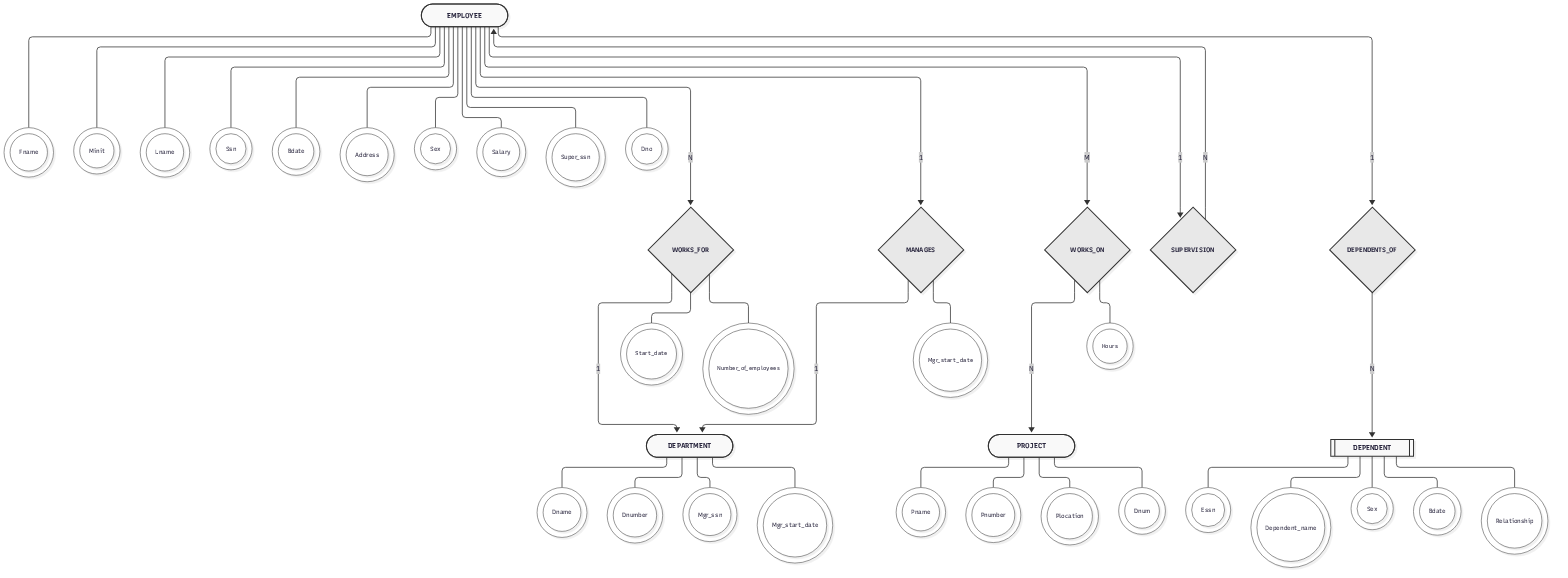
Ponakala-Yathish/Network-Threat-analysis_DBMS keeps this Mermaid diagram as docs/er-diagram.png. Above is the earlier version. Its source is kept beside it as docs/er-diagram.mmd.
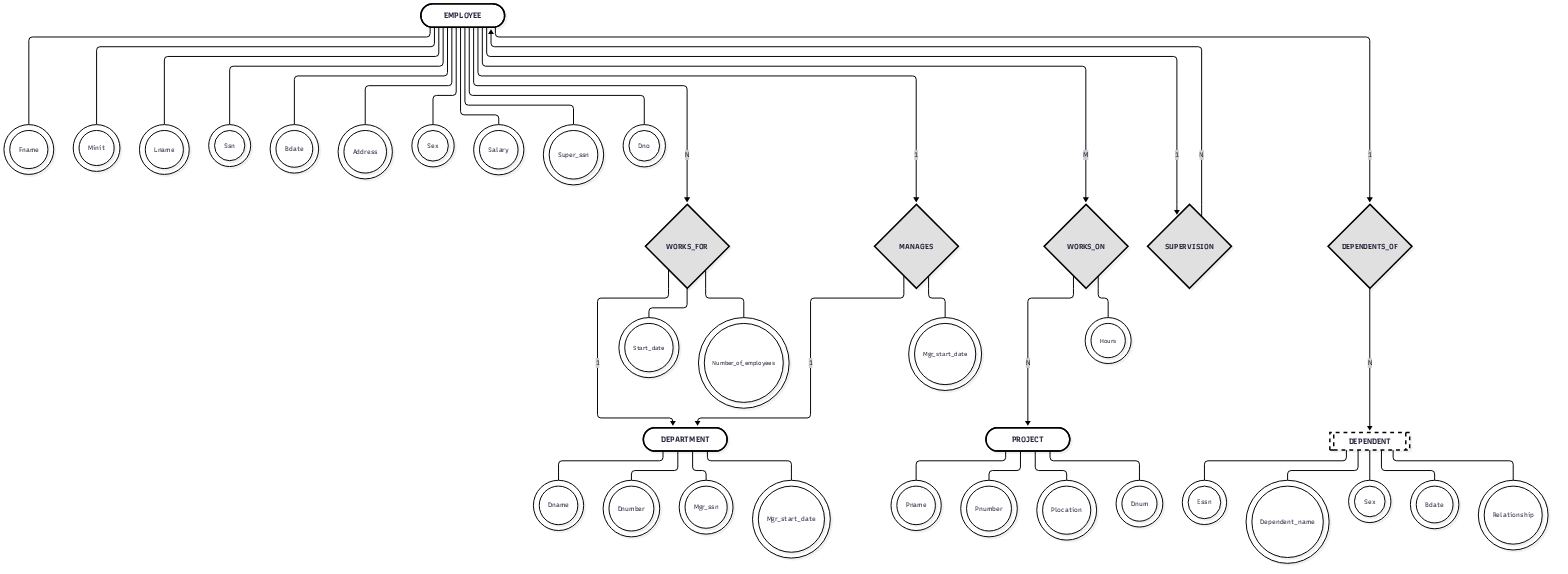
After the change.

Commit message:
Update diagrams: white background, thicker visible lines and arrows

The edit, as a diff of the source:
```diff
@@ -90,10 +90,10 @@
     MANAGES --- MG_Start_date
     WORKS_ON --- WO_Hours
 
-    classDef strong-entity fill:#f9f9f9,stroke:#333,stroke-width:2px,font-size:14px,font-weight:bold
-    classDef weak-entity fill:#f9f9f9,stroke:#333,stroke-width:2px,font-size:14px,font-weight:bold
-    classDef attribute fill:#ffffff,stroke:#333,stroke-width:1px,font-size:12px
-    classDef rel-attribute fill:#ffffff,stroke:#333,stroke-width:1px,font-size:11px
-    classDef relationship fill:#e8e8e8,stroke:#333,stroke-width:2px,font-size:13px,font-weight:bold
+    classDef strong-entity fill:#ffffff,stroke:#000000,stroke-width:3px,font-size:16px,font-weight:bold
+    classDef weak-entity fill:#ffffff,stroke:#000000,stroke-width:3px,stroke-dasharray: 8 8,font-size:16px,font-weight:bold
+    classDef attribute fill:#ffffff,stroke:#000000,stroke-width:2px,font-size:13px
+    classDef rel-attribute fill:#ffffff,stroke:#000000,stroke-width:2px,font-size:12px
+    classDef relationship fill:#e0e0e0,stroke:#000000,stroke-width:3px,font-size:15px,font-weight:bold
 
-    linkStyle default stroke:#333,stroke-width:1.5px
+    linkStyle default stroke:#000000,stroke-width:2px
```
